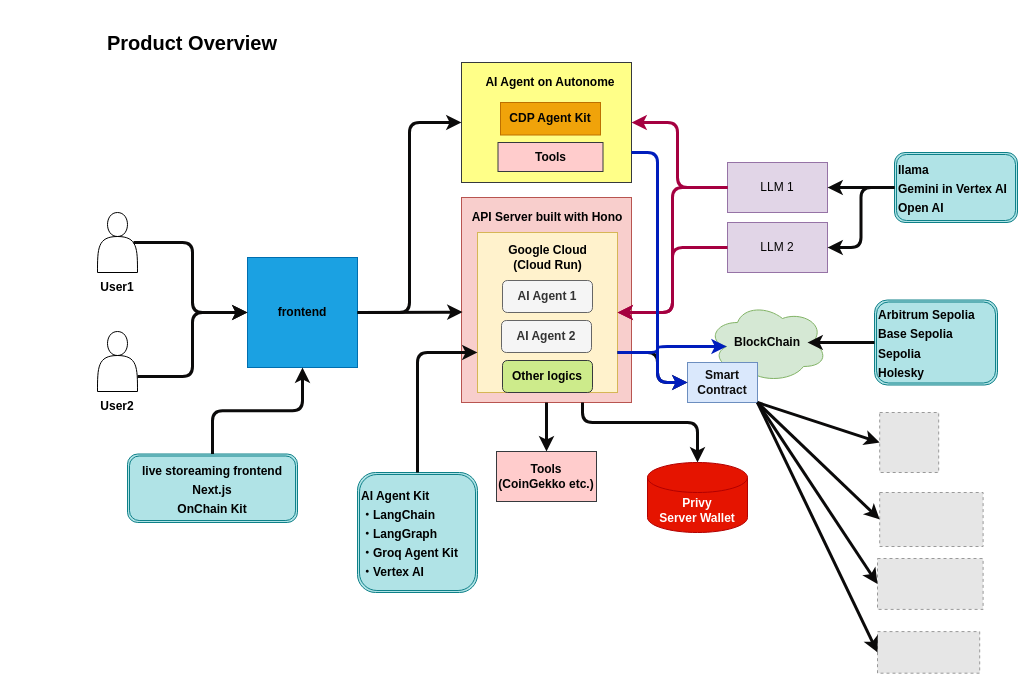
Before: page "Page-1" (1 of 2) of docs/architecture.drawio in mashharuki/AgenticEthereum2025, a draw.io diagram. Source tidied: cells renumbered, new cells numbered last; positions are measured from the earlier drawing's top-left corner, leaving out a move shared by most shapes. Both pictures are drawn from the tidied source at 100%, with x=0, y=0 at pixel (67, 17). Pictures stored in the file or linked from it are replaced by grey dashed boxes.
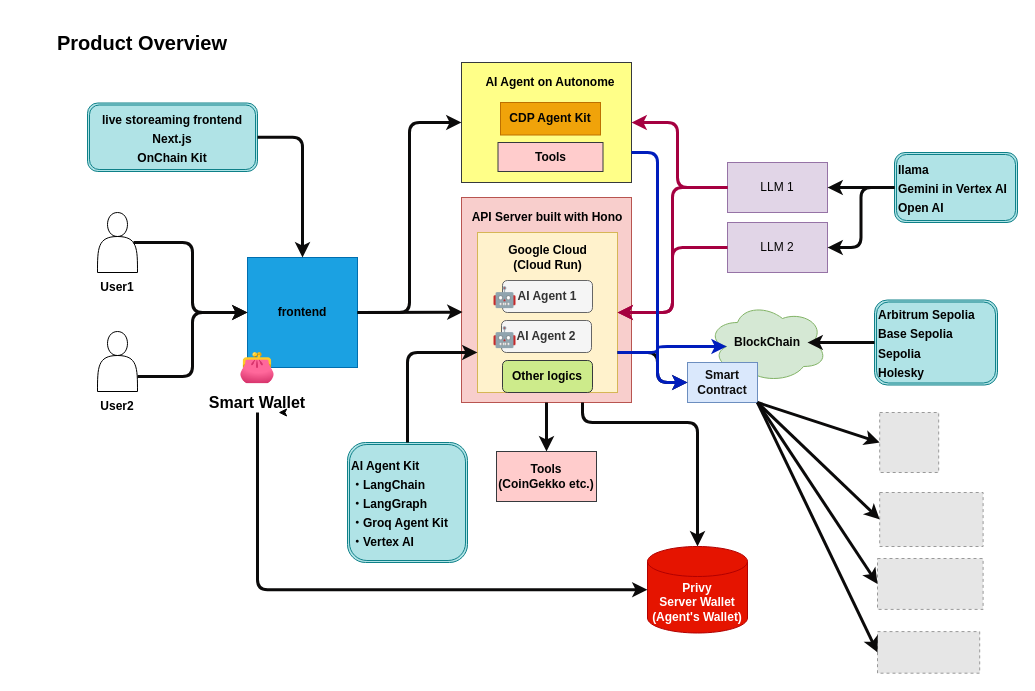
The same page after the edit.

The change refers to these unchanged cells:
```xml
<mxCell id="7" value="&lt;font color=&quot;#000000&quot;&gt;&lt;b&gt;frontend&lt;/b&gt;&lt;/font&gt;" style="whiteSpace=wrap;html=1;fontColor=#ffffff;fillColor=#1ba1e2;strokeColor=#006EAF;" parent="1" vertex="1">
  <mxGeometry x="180" y="240" width="110" height="110" as="geometry" />
</mxCell>
```

Change to the diagram source:
```diff
@@
     <mxCell id="2" value="&lt;font color=&quot;#000000&quot;&gt;&lt;span style=&quot;font-size: 20px;&quot;&gt;&lt;b&gt;Product Overview&lt;/b&gt;&lt;/span&gt;&lt;/font&gt;" style="text;html=1;strokeColor=none;fillColor=none;align=center;verticalAlign=middle;whiteSpace=wrap;rounded=0;" parent="1" vertex="1">
-      <mxGeometry width="250" height="50" as="geometry" />
+      <mxGeometry x="-50" width="250" height="50" as="geometry" />
     </mxCell>
@@
     <mxCell id="22" value="&lt;font style=&quot;font-size: 12px;&quot;&gt;live storeaming frontend&lt;br&gt;Next.js&lt;br&gt;OnChain Kit&lt;br&gt;&lt;/font&gt;" style="shape=ext;double=1;rounded=1;whiteSpace=wrap;html=1;fontSize=16;fillColor=#b0e3e6;strokeColor=#0e8088;fontColor=#000000;fontStyle=1;" parent="1" vertex="1">
-      <mxGeometry x="60" y="436.5" width="170" height="68.5" as="geometry" />
+      <mxGeometry x="20" y="85.5" width="170" height="68.5" as="geometry" />
     </mxCell>
-    <mxCell id="23" style="endArrow=classic;html=1;fontColor=#000000;labelBorderColor=#000000;strokeColor=#0b0a0a;strokeWidth=3;entryX=0.5;entryY=1;entryDx=0;entryDy=0;exitX=0.5;exitY=0;exitDx=0;exitDy=0;edgeStyle=orthogonalEdgeStyle;" parent="1" edge="1" source="22" target="7">
-      <mxGeometry relative="1" as="geometry" />
+    <mxCell id="23" style="endArrow=classic;html=1;fontColor=#000000;labelBorderColor=#000000;strokeColor=#0b0a0a;strokeWidth=3;entryX=0.5;entryY=0;entryDx=0;entryDy=0;exitX=1;exitY=0.5;exitDx=0;exitDy=0;edgeStyle=orthogonalEdgeStyle;" parent="1" edge="1" source="22" target="7">
+      <mxGeometry relative="1" as="geometry">
+        <Array as="points">
+          <mxPoint x="235" y="120" />
+        </Array>
+      </mxGeometry>
     </mxCell>
@@
     <mxCell id="30" value="&lt;span style=&quot;font-size: 12px;&quot;&gt;AI Agent Kit&lt;br&gt;・LangChain&lt;br&gt;・LangGraph&lt;br&gt;・Groq Agent Kit&lt;br&gt;・Vertex AI&lt;br&gt;&lt;/span&gt;" style="shape=ext;double=1;rounded=1;whiteSpace=wrap;html=1;fontSize=16;fillColor=#b0e3e6;strokeColor=#0e8088;fontColor=#000000;fontStyle=1;align=left;" parent="1" vertex="1">
-      <mxGeometry x="290" y="455" width="120" height="120" as="geometry" />
+      <mxGeometry x="280" y="425" width="120" height="120" as="geometry" />
     </mxCell>
@@
-    <mxCell id="43" value="&lt;span style=&quot;&quot;&gt;&lt;b&gt;Privy&lt;br&gt;Server Wallet&lt;br&gt;&lt;/b&gt;&lt;/span&gt;" style="shape=cylinder3;whiteSpace=wrap;html=1;boundedLbl=1;backgroundOutline=1;size=15;fillColor=#e51400;fontColor=#ffffff;strokeColor=#B20000;" parent="1" vertex="1">
-      <mxGeometry x="580" y="445" width="100" height="70" as="geometry" />
+    <mxCell id="43" value="&lt;span style=&quot;&quot;&gt;&lt;b&gt;Privy&lt;br&gt;Server Wallet&lt;br&gt;(Agent's Wallet)&lt;br&gt;&lt;/b&gt;&lt;/span&gt;" style="shape=cylinder3;whiteSpace=wrap;html=1;boundedLbl=1;backgroundOutline=1;size=15;fillColor=#e51400;fontColor=#ffffff;strokeColor=#B20000;" parent="1" vertex="1">
+      <mxGeometry x="580" y="529" width="100" height="86.5" as="geometry" />
     </mxCell>
@@
+    <mxCell id="54" value="🤖" style="text;html=1;strokeColor=none;fillColor=none;align=center;verticalAlign=middle;whiteSpace=wrap;rounded=0;fontColor=#FFFFFF;fontSize=20;" parent="1" vertex="1">
+      <mxGeometry x="425" y="269" width="25" height="20" as="geometry" />
+    </mxCell>
+    <mxCell id="55" value="🤖" style="text;html=1;strokeColor=none;fillColor=none;align=center;verticalAlign=middle;whiteSpace=wrap;rounded=0;fontColor=#FFFFFF;fontSize=20;" parent="1" vertex="1">
+      <mxGeometry x="425" y="309" width="25" height="20" as="geometry" />
+    </mxCell>
+    <mxCell id="56" value="&lt;font style=&quot;font-size: 30px;&quot;&gt;👛&lt;/font&gt;" style="text;html=1;strokeColor=none;fillColor=none;align=center;verticalAlign=middle;whiteSpace=wrap;rounded=0;fontSize=20;fontColor=#FFFFFF;" parent="1" vertex="1">
+      <mxGeometry x="160" y="334" width="60" height="30" as="geometry" />
+    </mxCell>
+    <mxCell id="57" value="&lt;font style=&quot;font-size: 16px;&quot; color=&quot;#000000&quot;&gt;&lt;b&gt;Smart Wallet&lt;/b&gt;&lt;/font&gt;" style="text;html=1;strokeColor=none;fillColor=none;align=center;verticalAlign=middle;whiteSpace=wrap;rounded=0;fontSize=30;fontColor=#FFFFFF;" parent="1" vertex="1">
+      <mxGeometry x="135" y="364" width="110" height="31" as="geometry" />
+    </mxCell>
+    <mxCell id="58" style="edgeStyle=none;html=1;exitX=0.75;exitY=1;exitDx=0;exitDy=0;entryX=0.691;entryY=1;entryDx=0;entryDy=0;entryPerimeter=0;fontSize=16;fontColor=#000000;" parent="1" edge="1" source="57" target="57">
+      <mxGeometry relative="1" as="geometry" />
+    </mxCell>
+    <mxCell id="59" style="endArrow=classic;html=1;fontColor=#000000;labelBorderColor=#000000;strokeColor=#0b0a0a;strokeWidth=3;entryX=0;entryY=0.5;entryDx=0;entryDy=0;exitX=0.5;exitY=1;exitDx=0;exitDy=0;edgeStyle=orthogonalEdgeStyle;entryPerimeter=0;" parent="1" edge="1" source="57" target="43">
+      <mxGeometry relative="1" as="geometry" />
+    </mxCell>
```
